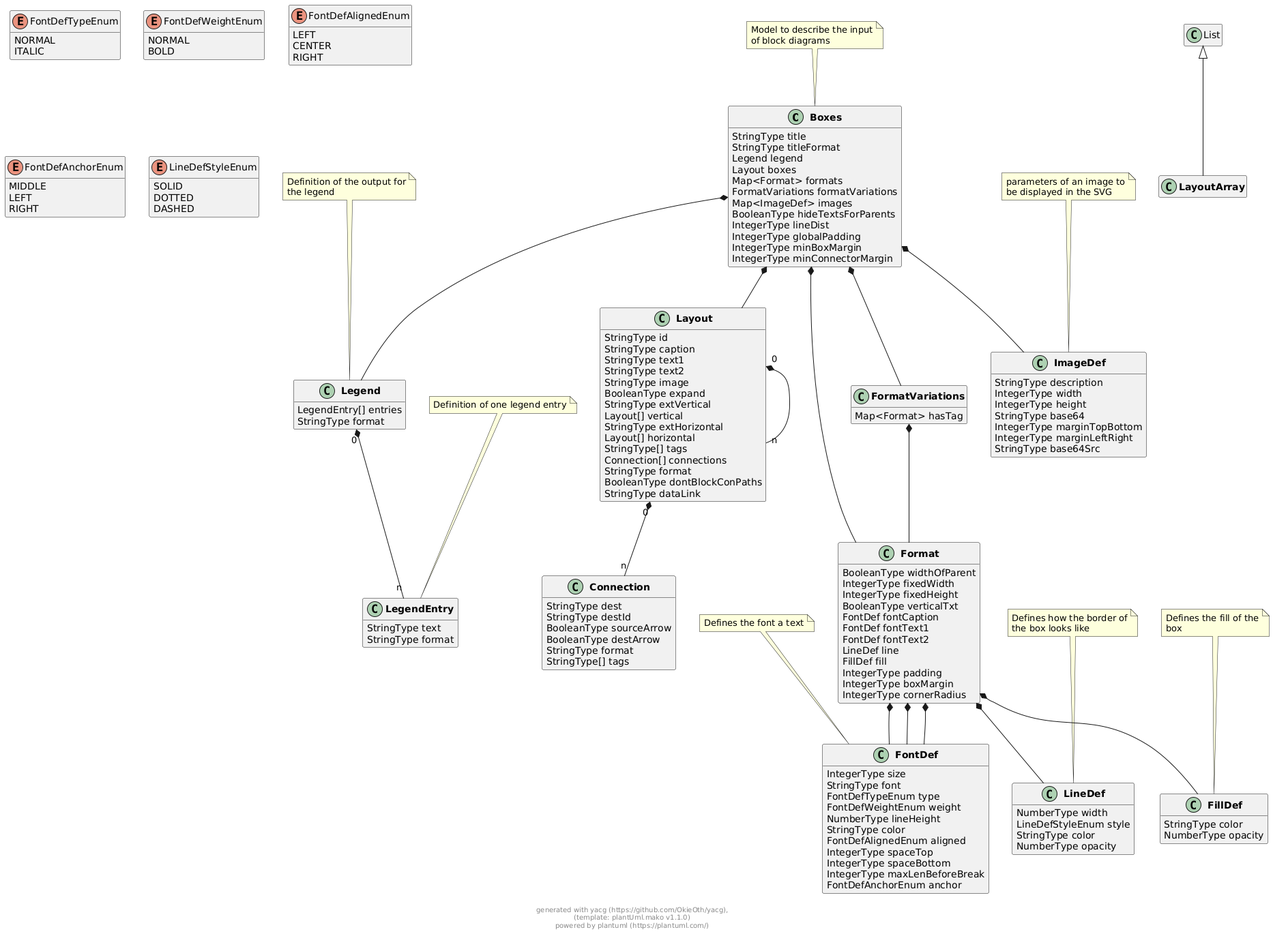
OkieOth/draw.chart.things keeps this PlantUML diagram as docs/models/png/boxes.png. Above is the earlier version.
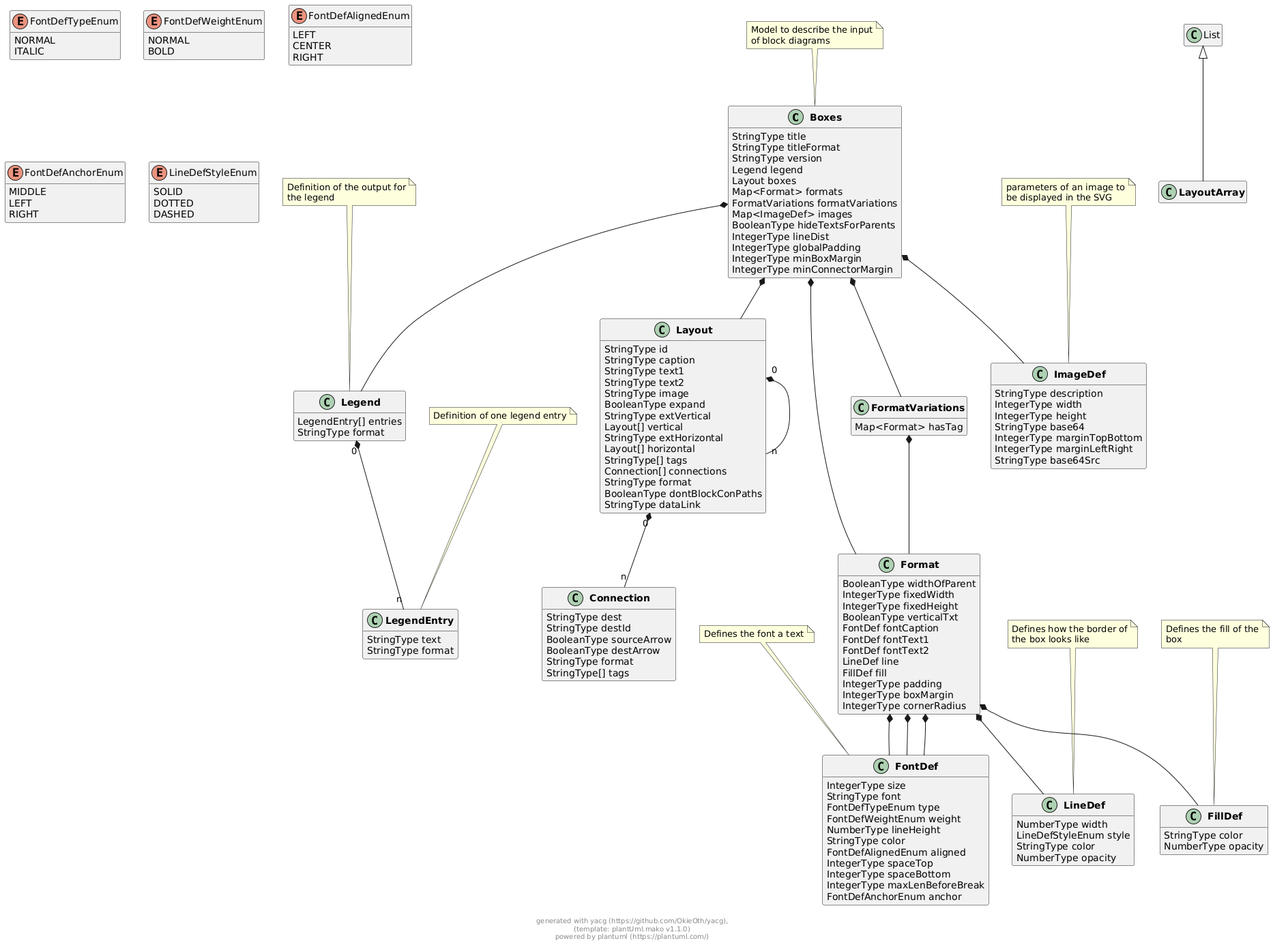
Later version of the same file.

Change to the diagram source:
```diff
@@ -6,6 +6,7 @@
 class "**Boxes**" as Boxes {
         StringType title
         StringType titleFormat
+        StringType version
         Legend legend
         Layout boxes
         Map<Format> formats
@@ -177,6 +178,7 @@
 
 
 
+
 Boxes  *--  Legend
 
 Boxes  *--  Layout
```
